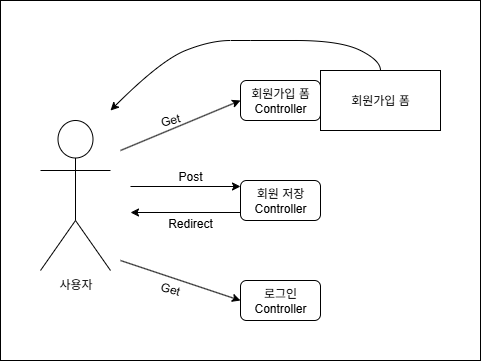
Before: assets/notes/Board_PRG.png, a diagram exported from draw.io (CheatIsKey/portfolio). Source tidied: cells renumbered, new cells last; positions are measured from the earlier drawing's top-left corner, leaving out a move shared by most shapes.
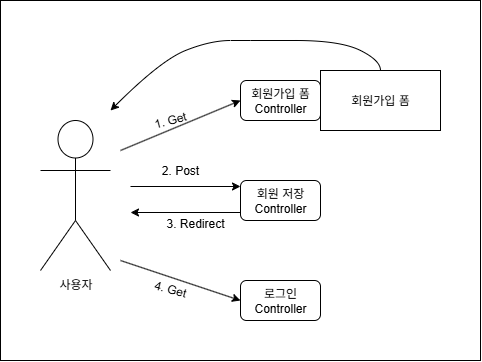
The same file after the commit.

The edit, as a diff of the source:
```diff
@@ -16,7 +16,7 @@
     <mxCell id="5" value="회원가입 폼&lt;br&gt;&lt;div&gt;Controller&lt;/div&gt;" style="rounded=1;whiteSpace=wrap;html=1;" parent="1" vertex="1">
       <mxGeometry x="240" y="80" width="80" height="40" as="geometry" />
     </mxCell>
-    <mxCell id="6" value="Get" style="text;html=1;align=center;verticalAlign=middle;whiteSpace=wrap;rounded=0;rotation=-15;" parent="1" vertex="1">
+    <mxCell id="6" value="1. Get" style="text;html=1;align=center;verticalAlign=middle;whiteSpace=wrap;rounded=0;rotation=-15;" parent="1" vertex="1">
       <mxGeometry x="140" y="110" width="60" height="20" as="geometry" />
     </mxCell>
     <mxCell id="7" value="회원가입 폼" style="rounded=0;whiteSpace=wrap;html=1;" parent="1" vertex="1">
@@ -43,8 +43,8 @@
     <mxCell id="10" value="회원 저장&lt;div&gt;Controller&lt;/div&gt;" style="rounded=1;whiteSpace=wrap;html=1;" parent="1" vertex="1">
       <mxGeometry x="240" y="180" width="80" height="40" as="geometry" />
     </mxCell>
-    <mxCell id="11" value="Post" style="text;html=1;align=center;verticalAlign=middle;whiteSpace=wrap;rounded=0;" parent="1" vertex="1">
-      <mxGeometry x="160" y="166" width="60" height="20" as="geometry" />
+    <mxCell id="11" value="2. Post" style="text;html=1;align=center;verticalAlign=middle;whiteSpace=wrap;rounded=0;" parent="1" vertex="1">
+      <mxGeometry x="150" y="160" width="60" height="20" as="geometry" />
     </mxCell>
     <mxCell id="12" style="endArrow=none;html=1;rounded=0;entryX=0;entryY=0.5;entryDx=0;entryDy=0;endFill=0;startArrow=classic;startFill=1;" parent="1" edge="1">
       <mxGeometry relative="1" as="geometry">
@@ -52,8 +52,8 @@
         <mxPoint x="240" y="212" as="targetPoint" />
       </mxGeometry>
     </mxCell>
-    <mxCell id="13" value="Redirect" style="text;html=1;align=center;verticalAlign=middle;whiteSpace=wrap;rounded=0;" parent="1" vertex="1">
-      <mxGeometry x="160" y="213" width="60" height="20" as="geometry" />
+    <mxCell id="13" value="3. Redirect" style="text;html=1;align=center;verticalAlign=middle;whiteSpace=wrap;rounded=0;" parent="1" vertex="1">
+      <mxGeometry x="160" y="213" width="70" height="20" as="geometry" />
     </mxCell>
     <mxCell id="14" style="endArrow=classic;html=1;rounded=0;entryX=0;entryY=0.5;entryDx=0;entryDy=0;" parent="1" edge="1" target="15">
       <mxGeometry relative="1" as="geometry">
@@ -63,7 +63,7 @@
     <mxCell id="15" value="로그인&lt;div&gt;Controller&lt;/div&gt;" style="rounded=1;whiteSpace=wrap;html=1;" parent="1" vertex="1">
       <mxGeometry x="240" y="280" width="80" height="40" as="geometry" />
     </mxCell>
-    <mxCell id="16" value="Get" style="text;html=1;align=center;verticalAlign=middle;whiteSpace=wrap;rounded=0;rotation=15;" parent="1" vertex="1">
+    <mxCell id="16" value="4. Get" style="text;html=1;align=center;verticalAlign=middle;whiteSpace=wrap;rounded=0;rotation=15;" parent="1" vertex="1">
       <mxGeometry x="140" y="279" width="60" height="20" as="geometry" />
     </mxCell>
   </root>
```
